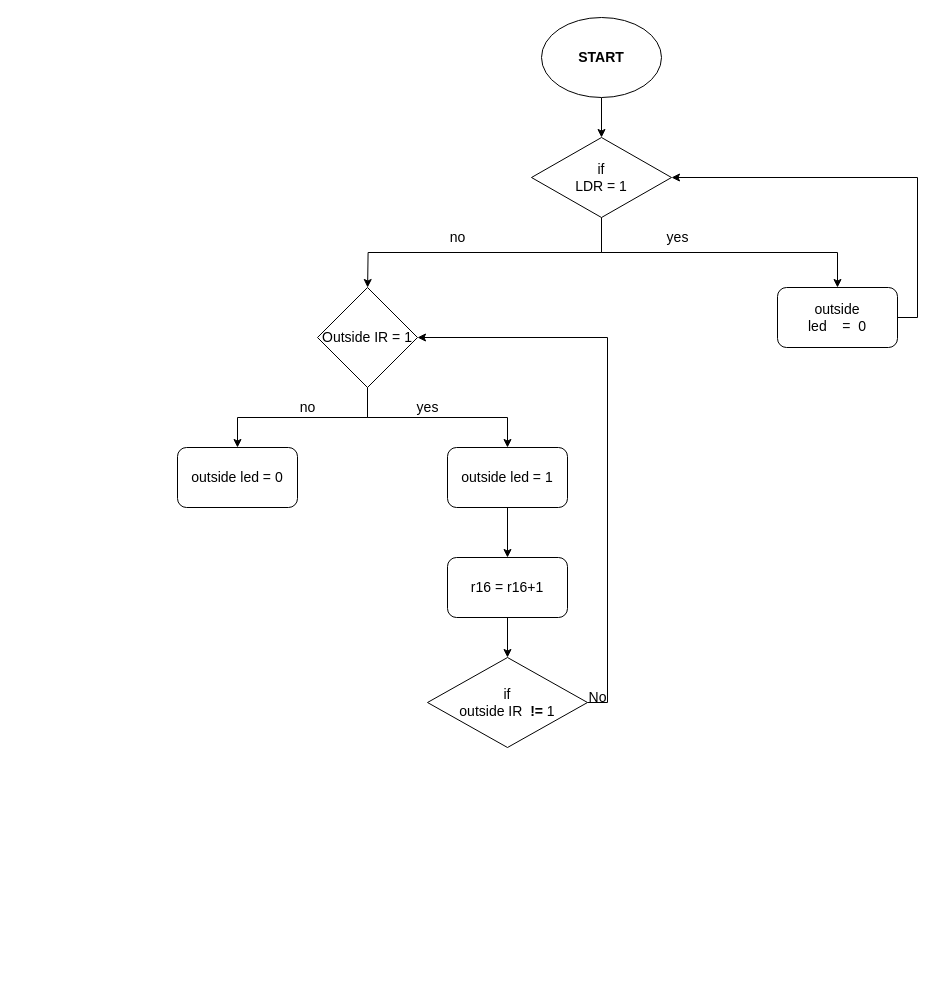
This is User flow diagram mid evaluation.drawio from Narthanasiva/auto_light, a draw.io file, before an edit. Source tidied: cells renumbered, new cells numbered last; positions are measured from the earlier drawing's top-left corner, leaving out a move shared by most shapes. Both pictures are drawn from the tidied source at 100%, with x=0, y=0 at pixel (177, 17).
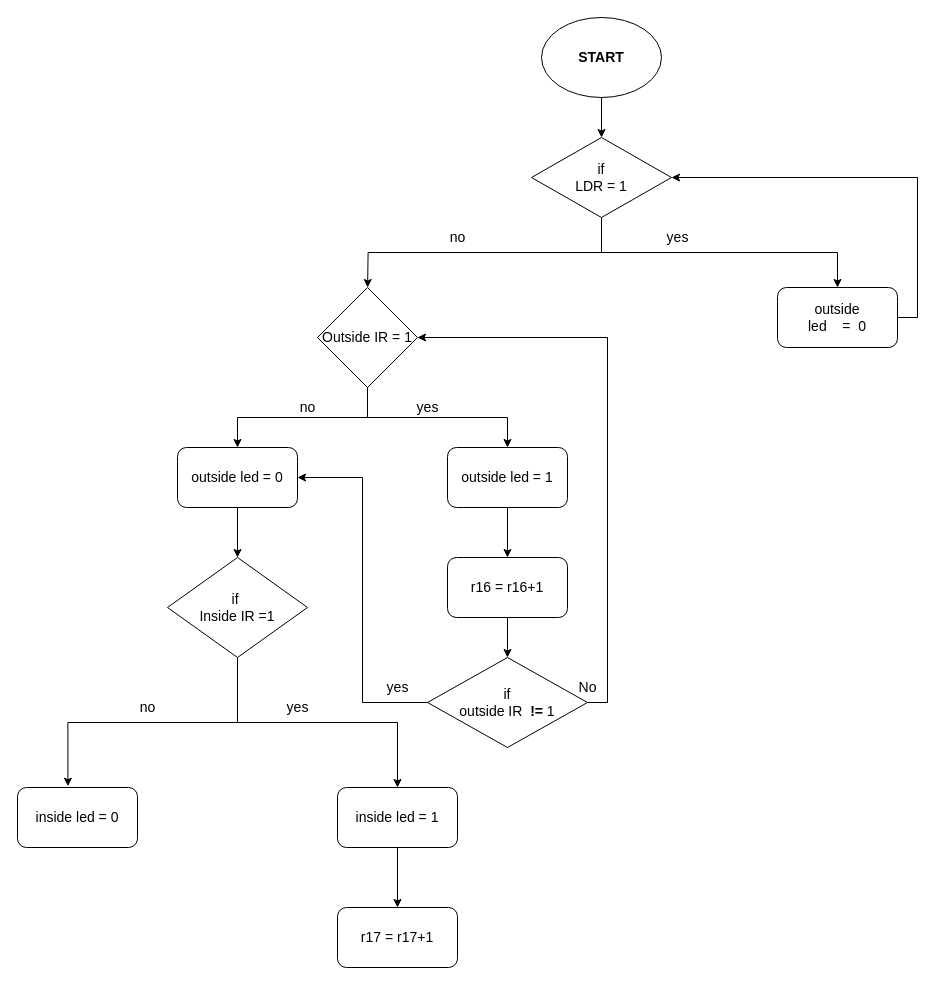
The same diagram, later.

Unchanged cells that the change refers to:
```xml
<mxCell id="16" value="outside led = 0" style="rounded=1;whiteSpace=wrap;html=1;fontSize=14;" parent="1" vertex="1">
  <mxGeometry y="430" width="120" height="60" as="geometry" />
</mxCell>
<mxCell id="22" value="if&lt;br&gt;outside IR&amp;nbsp;&amp;nbsp;&lt;b&gt;!=&lt;/b&gt; 1" style="rhombus;whiteSpace=wrap;html=1;fontSize=14;" parent="1" vertex="1">
  <mxGeometry x="250" y="640" width="160" height="90" as="geometry" />
</mxCell>
```

The edit, as a diff of the source:
```diff
@@
+    <mxCell id="24" style="edgeStyle=orthogonalEdgeStyle;rounded=0;jettySize=auto;html=1;exitX=0.5;exitY=1;exitDx=0;exitDy=0;entryX=0.5;entryY=0;entryDx=0;entryDy=0;fontSize=14;" parent="1" edge="1" source="16" target="29">
+      <mxGeometry relative="1" as="geometry" />
+    </mxCell>
@@
+    <mxCell id="25" style="edgeStyle=orthogonalEdgeStyle;rounded=0;jettySize=auto;html=1;exitX=0;exitY=0.5;exitDx=0;exitDy=0;entryX=1;entryY=0.5;entryDx=0;entryDy=0;fontSize=14;" parent="1" edge="1" source="22" target="16">
+      <mxGeometry relative="1" as="geometry" />
+    </mxCell>
@@
     <mxCell id="23" value="No" style="text;html=1;align=center;verticalAlign=middle;strokeColor=none;fillColor=none;fontSize=14;" parent="1" vertex="1">
-      <mxGeometry x="400" y="665" width="40" height="30" as="geometry" />
+      <mxGeometry x="390" y="655" width="40" height="30" as="geometry" />
     </mxCell>
+    <mxCell id="26" value="yes" style="text;html=1;align=center;verticalAlign=middle;strokeColor=none;fillColor=none;fontSize=14;" parent="1" vertex="1">
+      <mxGeometry x="195" y="655" width="50" height="30" as="geometry" />
+    </mxCell>
+    <mxCell id="27" style="edgeStyle=orthogonalEdgeStyle;rounded=0;jettySize=auto;html=1;exitX=0.5;exitY=1;exitDx=0;exitDy=0;fontSize=14;" parent="1" edge="1" source="29" target="31">
+      <mxGeometry relative="1" as="geometry" />
+    </mxCell>
+    <mxCell id="28" style="edgeStyle=orthogonalEdgeStyle;rounded=0;jettySize=auto;html=1;exitX=0.5;exitY=1;exitDx=0;exitDy=0;entryX=0.42;entryY=-0.021;entryDx=0;entryDy=0;entryPerimeter=0;fontSize=14;" parent="1" edge="1" source="29" target="32">
+      <mxGeometry relative="1" as="geometry" />
+    </mxCell>
+    <mxCell id="29" value="if&amp;nbsp;&lt;br&gt;Inside IR =1" style="rhombus;whiteSpace=wrap;html=1;fontSize=14;" parent="1" vertex="1">
+      <mxGeometry x="-10" y="540" width="140" height="100" as="geometry" />
+    </mxCell>
+    <mxCell id="30" style="edgeStyle=orthogonalEdgeStyle;rounded=0;jettySize=auto;html=1;exitX=0.5;exitY=1;exitDx=0;exitDy=0;fontSize=14;" parent="1" edge="1" source="31" target="35">
+      <mxGeometry relative="1" as="geometry" />
+    </mxCell>
+    <mxCell id="31" value="inside led = 1" style="rounded=1;whiteSpace=wrap;html=1;fontSize=14;" parent="1" vertex="1">
+      <mxGeometry x="160" y="770" width="120" height="60" as="geometry" />
+    </mxCell>
+    <mxCell id="32" value="inside led = 0" style="rounded=1;whiteSpace=wrap;html=1;fontSize=14;" parent="1" vertex="1">
+      <mxGeometry x="-160" y="770" width="120" height="60" as="geometry" />
+    </mxCell>
+    <mxCell id="33" value="no" style="text;html=1;align=center;verticalAlign=middle;strokeColor=none;fillColor=none;fontSize=14;" parent="1" vertex="1">
+      <mxGeometry x="-50" y="675" width="40" height="30" as="geometry" />
+    </mxCell>
+    <mxCell id="34" value="yes" style="text;html=1;align=center;verticalAlign=middle;strokeColor=none;fillColor=none;fontSize=14;" parent="1" vertex="1">
+      <mxGeometry x="95" y="675" width="50" height="30" as="geometry" />
+    </mxCell>
+    <mxCell id="35" value="r17 = r17+1" style="rounded=1;whiteSpace=wrap;html=1;fontSize=14;" parent="1" vertex="1">
+      <mxGeometry x="160" y="890" width="120" height="60" as="geometry" />
+    </mxCell>
```
